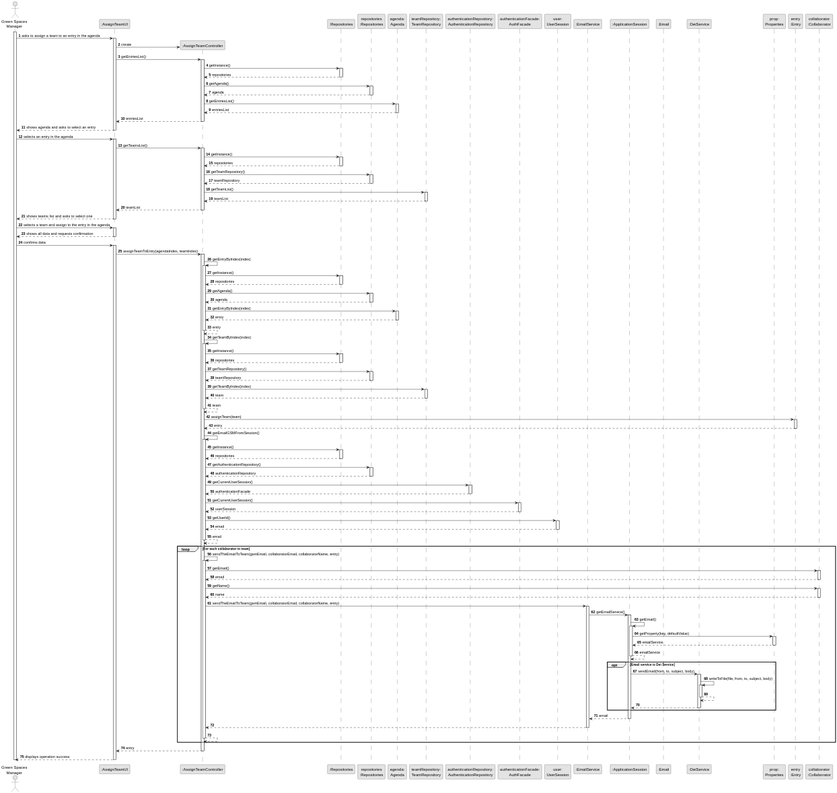
This is docs/sprintA&B&C/us023/03.design/svg/us023-sequence-diagram-full.svg from daniel41silva05/ISEP_2023_2024_LAPR2, a PlantUML export, as it was before one commit.
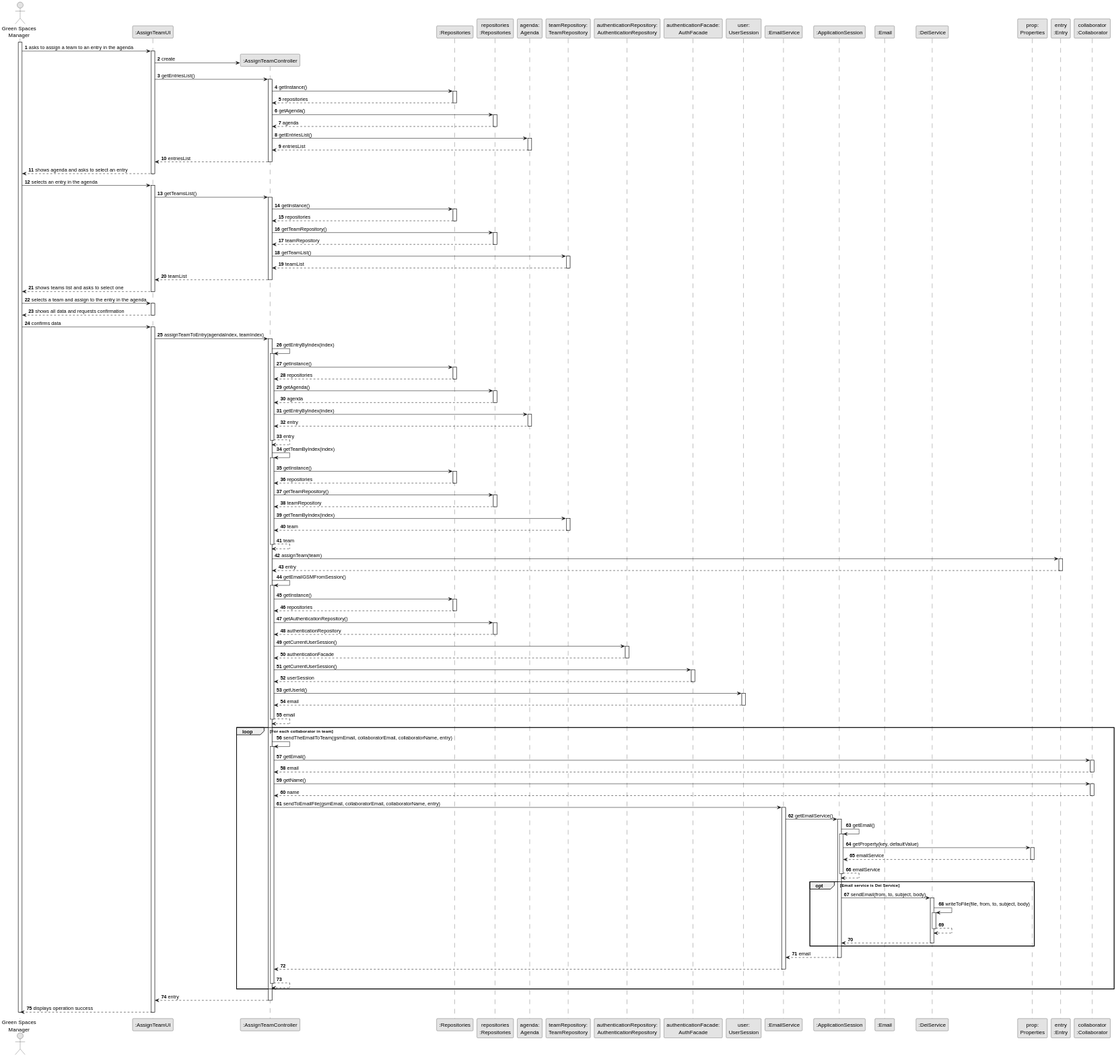
After the change.

Commit message:
US22/US23 - Update Sequence Diagram

Diff of the diagram source:
```diff
@@ -206,7 +206,7 @@
                     Collaborator --> CTRL: name
                     deactivate Collaborator
 
-                CTRL -> emailService: sendTheEmailToTeam(gsmEmail, collaboratorEmail, collaboratorName, entry)
+                CTRL -> emailService: sendToEmailFile(gsmEmail, collaboratorEmail, collaboratorName, entry)
                 activate emailService
 
                     emailService -> ApplicationSession: getEmailService()
```
